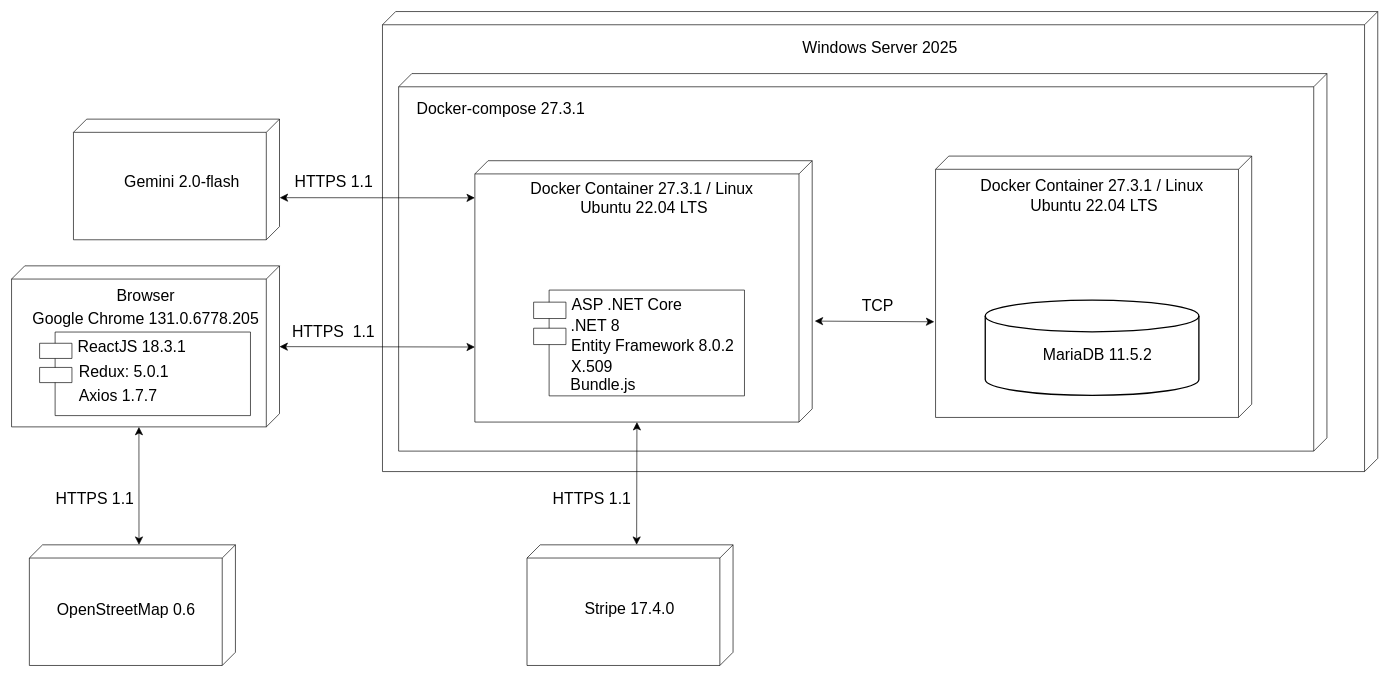
Before: Документы на диплом/Графическая часть/drawio/развёртывание.drawio in IlyhaDmi28/WorldTours, a draw.io diagram. Source tidied: cells renumbered, new cells numbered last; positions are measured from the earlier drawing's top-left corner, leaving out a move shared by most shapes. Both pictures are drawn from the tidied source at 66%, with x=0, y=0 at pixel (11, 11).
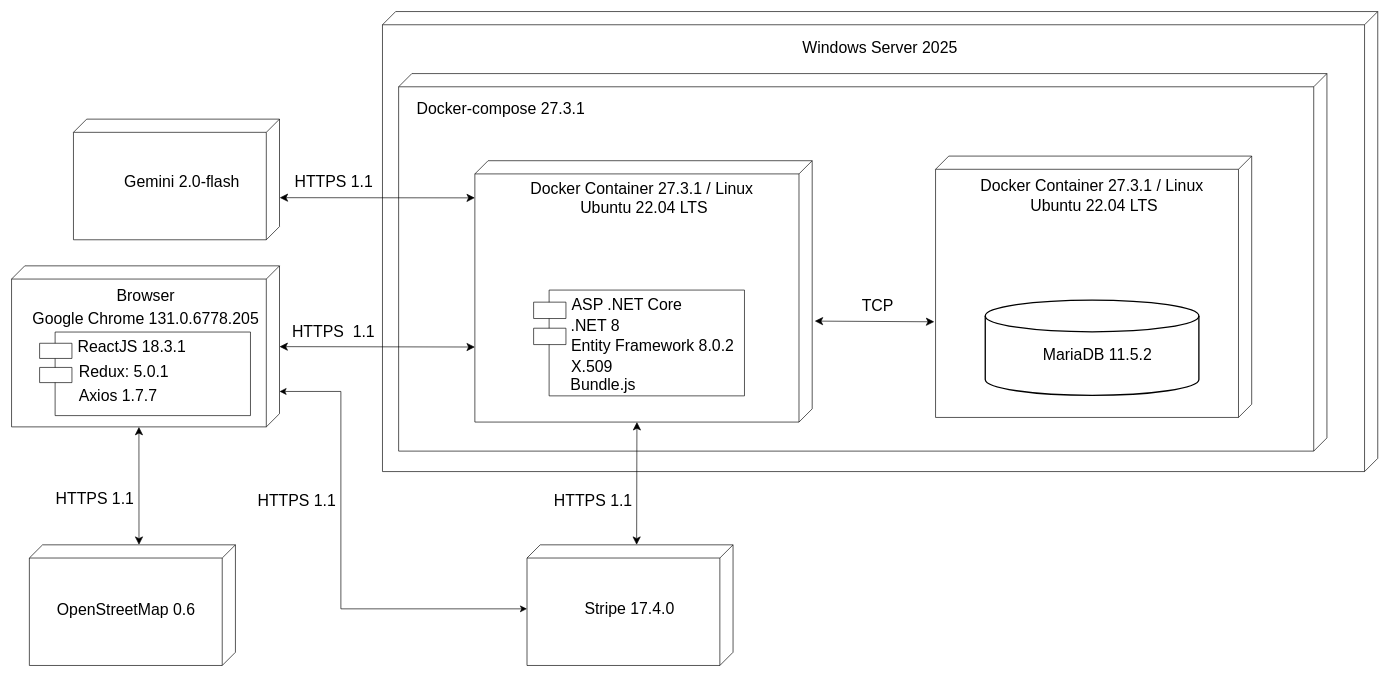
The same diagram, later.

The change refers to these unchanged cells:
```xml
<mxCell id="7" style="shape=cube;whiteSpace=wrap;html=1;boundedLbl=1;backgroundOutline=1;darkOpacity=0;size=20;noLabel=0;shadow=0;direction=east;flipH=1;" parent="1" vertex="1">
  <mxGeometry y="385.3" width="406" height="244" as="geometry" />
</mxCell>
<mxCell id="31" value="&lt;blockquote style=&quot;margin: 0 0 0 40px; border: none; padding: 0px;&quot;&gt;&lt;span style=&quot;font-weight: 400;&quot;&gt;Stripe 17.&lt;/span&gt;&lt;span style=&quot;font-weight: 400; background-color: transparent; color: light-dark(rgb(0, 0, 0), rgb(255, 255, 255));&quot;&gt;4.0&lt;/span&gt;&lt;/blockquote&gt;" style="text;strokeColor=none;fillColor=none;html=1;fontSize=24;fontStyle=1;verticalAlign=middle;align=center;" parent="1" vertex="1">
  <mxGeometry x="781" y="883.4" width="269" height="43.1" as="geometry" />
</mxCell>
```

The edit, as a diff of the source:
```diff
@@
     <mxCell id="42" value="&lt;font style=&quot;font-size: 24px;&quot;&gt;HTTPS 1.1&lt;/font&gt;" style="text;html=1;align=center;verticalAlign=middle;whiteSpace=wrap;rounded=0;" parent="1" vertex="1">
-      <mxGeometry x="814.8" y="723.2" width="129" height="30" as="geometry" />
+      <mxGeometry x="817" y="726" width="129" height="30" as="geometry" />
     </mxCell>
@@
+    <mxCell id="48" style="edgeStyle=orthogonalEdgeStyle;rounded=0;jettySize=auto;html=1;entryX=0;entryY=0.78;entryDx=0;entryDy=0;entryPerimeter=0;fontSize=12;startSize=8;endSize=8;startArrow=classic;startFill=1;" parent="1" edge="1" source="31" target="7">
+      <mxGeometry relative="1" as="geometry">
+        <Array as="points">
+          <mxPoint x="499" y="905" />
+          <mxPoint x="499" y="575" />
+        </Array>
+      </mxGeometry>
+    </mxCell>
+    <mxCell id="49" value="&lt;font style=&quot;font-size: 24px;&quot;&gt;HTTPS 1.1&lt;/font&gt;" style="text;html=1;align=center;verticalAlign=middle;whiteSpace=wrap;rounded=0;" parent="1" vertex="1">
+      <mxGeometry x="368" y="726" width="129" height="30" as="geometry" />
+    </mxCell>
```
